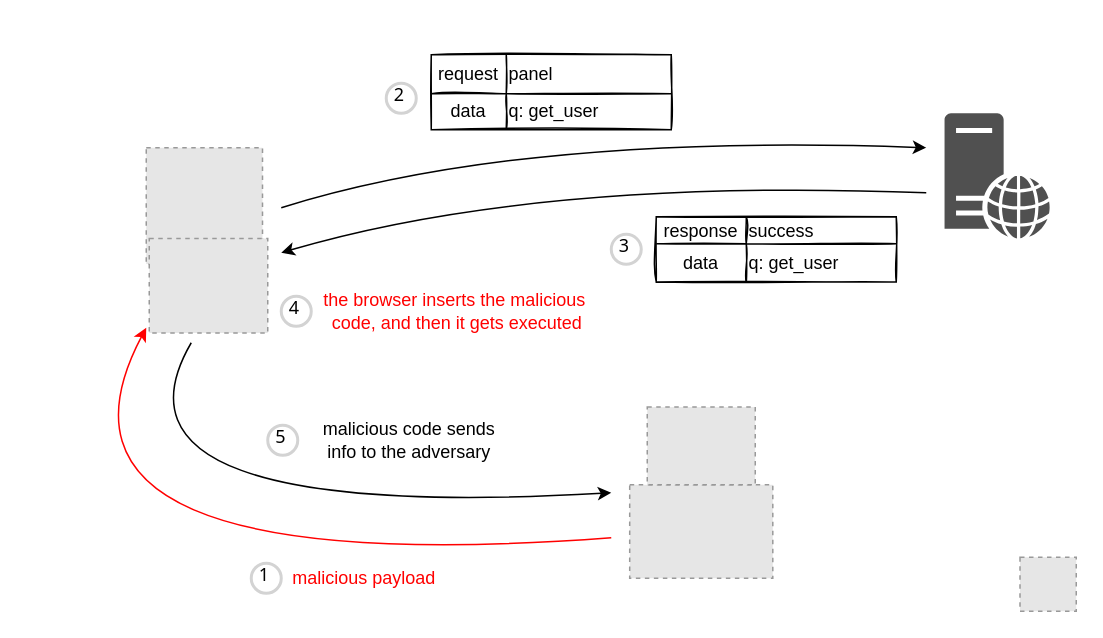
Earlier version of the draw.io diagram content/dom-based-cross-site-scripting.drawio (qeeqbox/dom-based-cross-site-scripting). Source tidied: cells renumbered, new cells numbered last; positions are measured from the earlier drawing's top-left corner, leaving out a move shared by most shapes. Both pictures are drawn from the tidied source at 150%, with x=0, y=0 at pixel (10, 26). Pictures stored in the file or linked from it are replaced by grey dashed boxes.
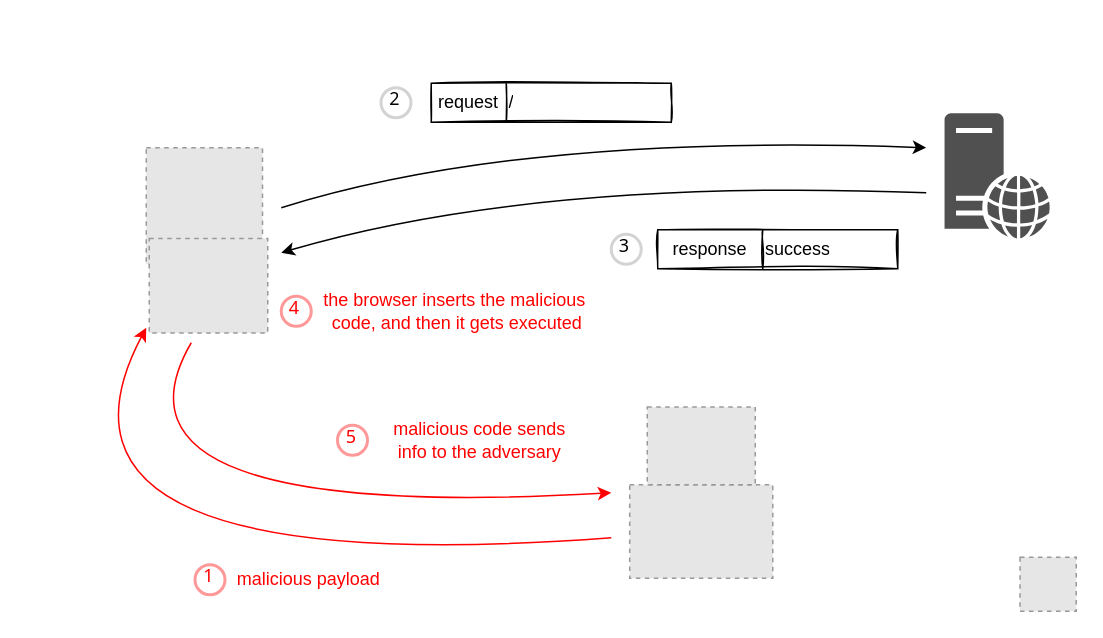
The same page after the edit.

The change refers to these unchanged cells:
```xml
<mxCell id="15" style="shape=tableRow;horizontal=0;startSize=0;swimlaneHead=0;swimlaneBody=0;top=0;left=0;bottom=0;right=0;fillColor=none;" parent="14" vertex="1">
  <mxGeometry width="160" height="26" as="geometry" />
</mxCell>
```

Change to the diagram source:
```diff
@@
-    <mxCell id="10" value="&lt;div&gt;&lt;font color=&quot;#ff0000&quot;&gt;malicious payload&lt;/font&gt;&lt;/div&gt;" style="text;html=1;align=center;verticalAlign=middle;strokeColor=none;fillColor=none;" parent="1" vertex="1">
-      <mxGeometry x="175" y="353" width="120" height="30" as="geometry" />
+    <mxCell id="10" value="&lt;div&gt;&lt;font&gt;malicious payload&lt;/font&gt;&lt;/div&gt;" style="text;html=1;align=center;verticalAlign=middle;strokeColor=none;fillColor=none;fontColor=#FF0000;" parent="1" vertex="1">
+      <mxGeometry x="137.5" y="354" width="120" height="30" as="geometry" />
     </mxCell>
@@
     <mxCell id="14" style="shape=table;html=1;whiteSpace=wrap;startSize=0;childLayout=tableLayout;align=left;rounded=0;shadow=0;sketch=1;arcSize=0;" parent="1" vertex="1">
-      <mxGeometry x="280" y="19" width="160" height="50" as="geometry" />
+      <mxGeometry x="280" y="38" width="160" height="26" as="geometry" />
     </mxCell>
@@
-    <mxCell id="17" value="&lt;span style=&quot;text-align: center&quot;&gt;panel&lt;/span&gt;" style="shape=partialRectangle;html=1;whiteSpace=wrap;fillColor=none;top=0;left=0;bottom=0;right=0;overflow=hidden;align=left;" parent="15" vertex="1">
+    <mxCell id="17" value="&lt;span style=&quot;text-align: center&quot;&gt;/&lt;/span&gt;" style="shape=partialRectangle;html=1;whiteSpace=wrap;fillColor=none;top=0;left=0;bottom=0;right=0;overflow=hidden;align=left;" parent="15" vertex="1">
       <mxGeometry x="50" width="110" height="26" as="geometry" />
     </mxCell>
-    <mxCell id="18" style="shape=tableRow;horizontal=0;startSize=0;swimlaneHead=0;swimlaneBody=0;top=0;left=0;bottom=0;right=0;fillColor=none;" parent="14" vertex="1">
-      <mxGeometry y="26" width="160" height="24" as="geometry" />
-    </mxCell>
-    <mxCell id="19" value="data" style="shape=partialRectangle;html=1;whiteSpace=wrap;fillColor=none;top=0;left=0;bottom=0;right=0;overflow=hidden;" parent="18" vertex="1">
-      <mxGeometry width="50" height="24" as="geometry" />
-    </mxCell>
-    <mxCell id="20" value="q: get_user&lt;span&gt;&lt;br&gt;&lt;/span&gt;" style="shape=partialRectangle;html=1;whiteSpace=wrap;fillColor=none;top=0;left=0;bottom=0;right=0;overflow=hidden;align=left;" parent="18" vertex="1">
-      <mxGeometry x="50" width="110" height="24" as="geometry" />
-    </mxCell>
@@
-    <mxCell id="22" value="1" style="ellipse;whiteSpace=wrap;html=1;strokeWidth=2;fontFamily=Tahoma;spacingBottom=4;spacingRight=2;strokeColor=#d3d3d3;" parent="1" vertex="1">
-      <mxGeometry x="160" y="358" width="20" height="20" as="geometry" />
+    <mxCell id="22" value="1" style="ellipse;whiteSpace=wrap;html=1;strokeWidth=2;fontFamily=Tahoma;spacingBottom=4;spacingRight=2;strokeColor=#FF9999;fontColor=#FF0000;" parent="1" vertex="1">
+      <mxGeometry x="122.5" y="359" width="20" height="20" as="geometry" />
     </mxCell>
     <mxCell id="23" value="2" style="ellipse;whiteSpace=wrap;html=1;strokeWidth=2;fontFamily=Tahoma;spacingBottom=4;spacingRight=2;strokeColor=#d3d3d3;" parent="1" vertex="1">
-      <mxGeometry x="250" y="38" width="20" height="20" as="geometry" />
+      <mxGeometry x="246.5" y="41" width="20" height="20" as="geometry" />
     </mxCell>
-    <mxCell id="24" style="curved=1;endArrow=classic;html=1;startArrow=none;startFill=0;endFill=1;flowAnimation=1;" parent="1" edge="1">
+    <mxCell id="24" style="curved=1;endArrow=classic;html=1;startArrow=none;startFill=0;endFill=1;flowAnimation=1;fontColor=light-dark(#ff0000, #ededed);strokeColor=light-dark(#ff0000, #ededed);" parent="1" edge="1">
       <mxGeometry relative="1" as="geometry">
         <mxPoint x="120" y="211" as="sourcePoint" />
         <mxPoint x="400" y="311" as="targetPoint" />
         <Array as="points">
           <mxPoint x="50" y="331" />
         </Array>
       </mxGeometry>
     </mxCell>
@@
-    <mxCell id="26" value="4" style="ellipse;whiteSpace=wrap;html=1;strokeWidth=2;fontFamily=Tahoma;spacingBottom=4;spacingRight=2;strokeColor=#d3d3d3;" parent="1" vertex="1">
+    <mxCell id="26" value="4" style="ellipse;whiteSpace=wrap;html=1;strokeWidth=2;fontFamily=Tahoma;spacingBottom=4;spacingRight=2;strokeColor=#FF9999;fontColor=#FF0000;" parent="1" vertex="1">
       <mxGeometry x="180" y="180" width="20" height="20" as="geometry" />
     </mxCell>
-    <mxCell id="27" style="shape=table;html=1;whiteSpace=wrap;startSize=0;childLayout=tableLayout;align=left;rounded=0;shadow=0;sketch=1;arcSize=0;" parent="1" vertex="1">
-      <mxGeometry x="430" y="127" width="160" height="43.5" as="geometry" />
-    </mxCell>
-    <mxCell id="28" style="shape=tableRow;horizontal=0;startSize=0;swimlaneHead=0;swimlaneBody=0;top=0;left=0;bottom=0;right=0;fillColor=none;" parent="27" vertex="1">
-      <mxGeometry width="160" height="18" as="geometry" />
-    </mxCell>
-    <mxCell id="29" value="response" style="shape=partialRectangle;html=1;whiteSpace=wrap;fillColor=none;top=0;left=0;bottom=0;right=0;overflow=hidden;" parent="28" vertex="1">
-      <mxGeometry width="60" height="18" as="geometry" />
-    </mxCell>
-    <mxCell id="30" value="&lt;span style=&quot;text-align: center&quot;&gt;success&lt;/span&gt;" style="shape=partialRectangle;html=1;whiteSpace=wrap;fillColor=none;top=0;left=0;bottom=0;right=0;overflow=hidden;align=left;" parent="28" vertex="1">
-      <mxGeometry x="60" width="100" height="18" as="geometry" />
-    </mxCell>
-    <mxCell id="31" style="shape=tableRow;horizontal=0;startSize=0;swimlaneHead=0;swimlaneBody=0;top=0;left=0;bottom=0;right=0;fillColor=none;" parent="27" vertex="1">
-      <mxGeometry y="18" width="160" height="26" as="geometry" />
-    </mxCell>
-    <mxCell id="32" value="data" style="shape=partialRectangle;html=1;whiteSpace=wrap;fillColor=none;top=0;left=0;bottom=0;right=0;overflow=hidden;" parent="31" vertex="1">
-      <mxGeometry width="60" height="26" as="geometry" />
-    </mxCell>
-    <mxCell id="33" value="q: get_user" style="shape=partialRectangle;html=1;whiteSpace=wrap;fillColor=none;top=0;left=0;bottom=0;right=0;overflow=hidden;align=left;" parent="31" vertex="1">
-      <mxGeometry x="60" width="100" height="26" as="geometry" />
-    </mxCell>
-    <mxCell id="34" value="malicious code sends &lt;br&gt;info to the adversary" style="text;html=1;align=center;verticalAlign=middle;strokeColor=none;fillColor=none;" parent="1" vertex="1">
-      <mxGeometry x="200" y="261" width="130" height="30" as="geometry" />
+    <mxCell id="34" value="malicious code sends &lt;br&gt;info to the adversary" style="text;html=1;align=center;verticalAlign=middle;strokeColor=none;fillColor=none;fontColor=#FF0000;" parent="1" vertex="1">
+      <mxGeometry x="246.5" y="261" width="130" height="30" as="geometry" />
     </mxCell>
-    <mxCell id="35" value="5" style="ellipse;whiteSpace=wrap;html=1;strokeWidth=2;fontFamily=Tahoma;spacingBottom=4;spacingRight=2;strokeColor=#d3d3d3;" parent="1" vertex="1">
-      <mxGeometry x="171" y="266" width="20" height="20" as="geometry" />
+    <mxCell id="35" value="5" style="ellipse;whiteSpace=wrap;html=1;strokeWidth=2;fontFamily=Tahoma;spacingBottom=4;spacingRight=2;strokeColor=#FF9999;fontColor=#FF0000;" parent="1" vertex="1">
+      <mxGeometry x="217.5" y="266" width="20" height="20" as="geometry" />
     </mxCell>
@@
+    <mxCell id="37" style="shape=table;html=1;whiteSpace=wrap;startSize=0;childLayout=tableLayout;align=left;rounded=0;shadow=0;sketch=1;arcSize=0;" parent="1" vertex="1">
+      <mxGeometry x="431" y="135.7" width="160" height="26" as="geometry" />
+    </mxCell>
+    <mxCell id="38" style="shape=tableRow;horizontal=0;startSize=0;swimlaneHead=0;swimlaneBody=0;top=0;left=0;bottom=0;right=0;fillColor=none;" parent="37" vertex="1">
+      <mxGeometry width="160" height="26" as="geometry" />
+    </mxCell>
+    <mxCell id="29" value="response" style="shape=partialRectangle;html=1;whiteSpace=wrap;fillColor=none;top=0;left=0;bottom=0;right=0;overflow=hidden;" parent="38" vertex="1">
+      <mxGeometry width="70" height="26" as="geometry" />
+    </mxCell>
+    <mxCell id="30" value="&lt;span style=&quot;text-align: center;&quot;&gt;success&lt;/span&gt;" style="shape=partialRectangle;html=1;whiteSpace=wrap;fillColor=none;top=0;left=0;bottom=0;right=0;overflow=hidden;align=left;" parent="38" vertex="1">
+      <mxGeometry x="70" width="90" height="26" as="geometry" />
+    </mxCell>
```
